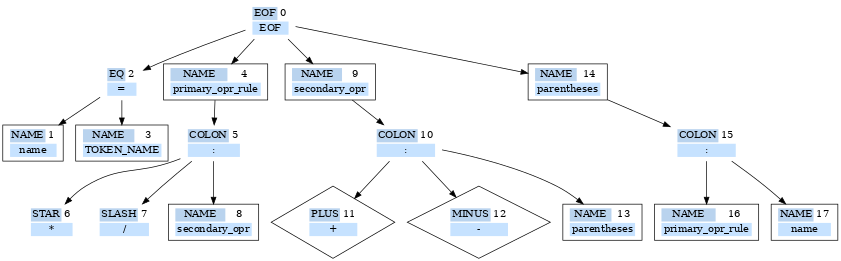
Before: graph.png, a diagram exported from Graphviz (1mchlkrpch/Rebecca). Its source is kept beside it as graph.dot. The source it was exported from:
```dot
digraph G{
	graph [ dpi = 50 ];
	n0 [shape=none label=<
		<table border="0">
			<tr><td colspan="1" bgcolor="slategray2">EOF</td><td>0</td></tr>
			<tr><td colspan="2" bgcolor="slategray1">EOF</td></tr>
		</table>
	>]

	n2 [shape=none label=<
		<table border="0">
			<tr><td colspan="1" bgcolor="slategray2">EQ</td><td>2</td></tr>
			<tr><td colspan="2" bgcolor="slategray1">=</td></tr>
		</table>
	>]

	n1 [shape=rectangle label=<
		<table border="0">
			<tr><td colspan="1" bgcolor="slategray2">NAME</td><td>1</td></tr>
			<tr><td colspan="2" bgcolor="slategray1">name</td></tr>
		</table>
	>]

	n3 [shape=rectangle label=<
		<table border="0">
			<tr><td colspan="1" bgcolor="slategray2">NAME</td><td>3</td></tr>
			<tr><td colspan="2" bgcolor="slategray1">TOKEN_NAME</td></tr>
		</table>
	>]

	n4 [shape=rectangle label=<
		<table border="0">
			<tr><td colspan="1" bgcolor="slategray2">NAME</td><td>4</td></tr>
			<tr><td colspan="2" bgcolor="slategray1">primary_opr_rule</td></tr>
		</table>
	>]

	n5 [shape=none label=<
		<table border="0">
			<tr><td colspan="1" bgcolor="slategray2">COLON</td><td>5</td></tr>
			<tr><td colspan="2" bgcolor="slategray1">:</td></tr>
		</table>
	>]

	n6 [shape=none label=<
		<table border="0">
			<tr><td colspan="1" bgcolor="slategray2">STAR</td><td>6</td></tr>
			<tr><td colspan="2" bgcolor="slategray1">*</td></tr>
		</table>
	>]

	n7 [shape=none label=<
		<table border="0">
			<tr><td colspan="1" bgcolor="slategray2">SLASH</td><td>7</td></tr>
			<tr><td colspan="2" bgcolor="slategray1">/</td></tr>
		</table>
	>]

	n8 [shape=rectangle label=<
		<table border="0">
			<tr><td colspan="1" bgcolor="slategray2">NAME</td><td>8</td></tr>
			<tr><td colspan="2" bgcolor="slategray1">secondary_opr</td></tr>
		</table>
	>]

	n9 [shape=rectangle label=<
		<table border="0">
			<tr><td colspan="1" bgcolor="slategray2">NAME</td><td>9</td></tr>
			<tr><td colspan="2" bgcolor="slategray1">secondary_opr</td></tr>
		</table>
	>]

	n10 [shape=none label=<
		<table border="0">
			<tr><td colspan="1" bgcolor="slategray2">COLON</td><td>10</td></tr>
			<tr><td colspan="2" bgcolor="slategray1">:</td></tr>
		</table>
	>]

	n11 [shape=diamond label=<
		<table border="0">
			<tr><td colspan="1" bgcolor="slategray2">PLUS</td><td>11</td></tr>
			<tr><td colspan="2" bgcolor="slategray1">+</td></tr>
		</table>
	>]

	n12 [shape=diamond label=<
		<table border="0">
			<tr><td colspan="1" bgcolor="slategray2">MINUS</td><td>12</td></tr>
			<tr><td colspan="2" bgcolor="slategray1">-</td></tr>
		</table>
	>]

	n13 [shape=rectangle label=<
		<table border="0">
			<tr><td colspan="1" bgcolor="slategray2">NAME</td><td>13</td></tr>
			<tr><td colspan="2" bgcolor="slategray1">parentheses</td></tr>
		</table>
	>]

	n14 [shape=rectangle label=<
		<table border="0">
			<tr><td colspan="1" bgcolor="slategray2">NAME</td><td>14</td></tr>
			<tr><td colspan="2" bgcolor="slategray1">parentheses</td></tr>
		</table>
	>]

	n15 [shape=none label=<
		<table border="0">
			<tr><td colspan="1" bgcolor="slategray2">COLON</td><td>15</td></tr>
			<tr><td colspan="2" bgcolor="slategray1">:</td></tr>
		</table>
	>]

	n16 [shape=rectangle label=<
		<table border="0">
			<tr><td colspan="1" bgcolor="slategray2">NAME</td><td>16</td></tr>
			<tr><td colspan="2" bgcolor="slategray1">primary_opr_rule</td></tr>
		</table>
	>]

	n17 [shape=rectangle label=<
		<table border="0">
			<tr><td colspan="1" bgcolor="slategray2">NAME</td><td>17</td></tr>
			<tr><td colspan="2" bgcolor="slategray1">name</td></tr>
		</table>
	>]

	n0 -> n2
	n0 -> n4
	n0 -> n9
	n0 -> n14
	n2 -> n1
	n2 -> n3
	n4 -> n5
	n5 -> n6
	n5 -> n7
	n5 -> n8
	n9 -> n10
	n10 -> n11
	n10 -> n12
	n10 -> n13
	n14 -> n15
	n15 -> n16
	n15 -> n17
}
```
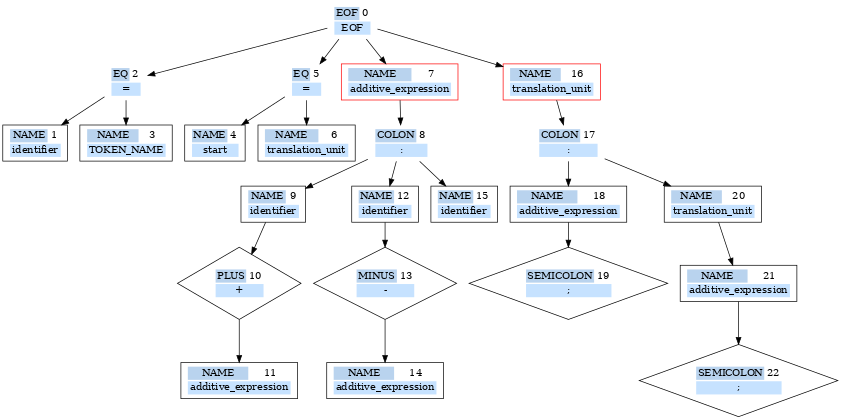
After the commit.

Change to the diagram source:
```diff
@@ -1,146 +1,186 @@
 digraph G{
 	graph [ dpi = 50 ];
-	n0 [shape=none label=<
+	n0 [shape=none color=black label=<
 		<table border="0">
 			<tr><td colspan="1" bgcolor="slategray2">EOF</td><td>0</td></tr>
 			<tr><td colspan="2" bgcolor="slategray1">EOF</td></tr>
 		</table>
 	>]
 
-	n2 [shape=none label=<
+	n2 [shape=none color=black label=<
 		<table border="0">
 			<tr><td colspan="1" bgcolor="slategray2">EQ</td><td>2</td></tr>
 			<tr><td colspan="2" bgcolor="slategray1">=</td></tr>
 		</table>
 	>]
 
-	n1 [shape=rectangle label=<
+	n1 [shape=rectangle color=black label=<
 		<table border="0">
 			<tr><td colspan="1" bgcolor="slategray2">NAME</td><td>1</td></tr>
-			<tr><td colspan="2" bgcolor="slategray1">name</td></tr>
+			<tr><td colspan="2" bgcolor="slategray1">identifier</td></tr>
 		</table>
 	>]
 
-	n3 [shape=rectangle label=<
+	n3 [shape=rectangle color=black label=<
 		<table border="0">
 			<tr><td colspan="1" bgcolor="slategray2">NAME</td><td>3</td></tr>
 			<tr><td colspan="2" bgcolor="slategray1">TOKEN_NAME</td></tr>
 		</table>
 	>]
 
-	n4 [shape=rectangle label=<
+	n5 [shape=none color=black label=<
 		<table border="0">
-			<tr><td colspan="1" bgcolor="slategray2">NAME</td><td>4</td></tr>
-			<tr><td colspan="2" bgcolor="slategray1">primary_opr_rule</td></tr>
+			<tr><td colspan="1" bgcolor="slategray2">EQ</td><td>5</td></tr>
+			<tr><td colspan="2" bgcolor="slategray1">=</td></tr>
 		</table>
 	>]
 
-	n5 [shape=none label=<
+	n4 [shape=rectangle color=black label=<
 		<table border="0">
-			<tr><td colspan="1" bgcolor="slategray2">COLON</td><td>5</td></tr>
+			<tr><td colspan="1" bgcolor="slategray2">NAME</td><td>4</td></tr>
+			<tr><td colspan="2" bgcolor="slategray1">start</td></tr>
+		</table>
+	>]
+
+	n6 [shape=rectangle color=black label=<
+		<table border="0">
+			<tr><td colspan="1" bgcolor="slategray2">NAME</td><td>6</td></tr>
+			<tr><td colspan="2" bgcolor="slategray1">translation_unit</td></tr>
+		</table>
+	>]
+
+	n7 [shape=rectangle color=red label=<
+		<table border="0">
+			<tr><td colspan="1" bgcolor="slategray2">NAME</td><td>7</td></tr>
+			<tr><td colspan="2" bgcolor="slategray1">additive_expression</td></tr>
+		</table>
+	>]
+
+	n8 [shape=none color=black label=<
+		<table border="0">
+			<tr><td colspan="1" bgcolor="slategray2">COLON</td><td>8</td></tr>
 			<tr><td colspan="2" bgcolor="slategray1">:</td></tr>
 		</table>
 	>]
 
-	n6 [shape=none label=<
+	n9 [shape=rectangle color=black label=<
 		<table border="0">
-			<tr><td colspan="1" bgcolor="slategray2">STAR</td><td>6</td></tr>
-			<tr><td colspan="2" bgcolor="slategray1">*</td></tr>
+			<tr><td colspan="1" bgcolor="slategray2">NAME</td><td>9</td></tr>
+			<tr><td colspan="2" bgcolor="slategray1">identifier</td></tr>
 		</table>
 	>]
 
-	n7 [shape=none label=<
+	n10 [shape=diamond color=black label=<
 		<table border="0">
-			<tr><td colspan="1" bgcolor="slategray2">SLASH</td><td>7</td></tr>
-			<tr><td colspan="2" bgcolor="slategray1">/</td></tr>
+			<tr><td colspan="1" bgcolor="slategray2">PLUS</td><td>10</td></tr>
+			<tr><td colspan="2" bgcolor="slategray1">+</td></tr>
 		</table>
 	>]
 
-	n8 [shape=rectangle label=<
+	n11 [shape=rectangle color=black label=<
 		<table border="0">
-			<tr><td colspan="1" bgcolor="slategray2">NAME</td><td>8</td></tr>
-			<tr><td colspan="2" bgcolor="slategray1">secondary_opr</td></tr>
+			<tr><td colspan="1" bgcolor="slategray2">NAME</td><td>11</td></tr>
+			<tr><td colspan="2" bgcolor="slategray1">additive_expression</td></tr>
 		</table>
 	>]
 
-	n9 [shape=rectangle label=<
+	n12 [shape=rectangle color=black label=<
 		<table border="0">
-			<tr><td colspan="1" bgcolor="slategray2">NAME</td><td>9</td></tr>
-			<tr><td colspan="2" bgcolor="slategray1">secondary_opr</td></tr>
+			<tr><td colspan="1" bgcolor="slategray2">NAME</td><td>12</td></tr>
+			<tr><td colspan="2" bgcolor="slategray1">identifier</td></tr>
 		</table>
 	>]
 
-	n10 [shape=none label=<
+	n13 [shape=diamond color=black label=<
 		<table border="0">
-			<tr><td colspan="1" bgcolor="slategray2">COLON</td><td>10</td></tr>
+			<tr><td colspan="1" bgcolor="slategray2">MINUS</td><td>13</td></tr>
+			<tr><td colspan="2" bgcolor="slategray1">-</td></tr>
+		</table>
+	>]
+
+	n14 [shape=rectangle color=black label=<
+		<table border="0">
+			<tr><td colspan="1" bgcolor="slategray2">NAME</td><td>14</td></tr>
+			<tr><td colspan="2" bgcolor="slategray1">additive_expression</td></tr>
+		</table>
+	>]
+
+	n15 [shape=rectangle color=black label=<
+		<table border="0">
+			<tr><td colspan="1" bgcolor="slategray2">NAME</td><td>15</td></tr>
+			<tr><td colspan="2" bgcolor="slategray1">identifier</td></tr>
+		</table>
+	>]
+
+	n16 [shape=rectangle color=red label=<
+		<table border="0">
+			<tr><td colspan="1" bgcolor="slategray2">NAME</td><td>16</td></tr>
+			<tr><td colspan="2" bgcolor="slategray1">translation_unit</td></tr>
+		</table>
+	>]
+
+	n17 [shape=none color=black label=<
+		<table border="0">
+			<tr><td colspan="1" bgcolor="slategray2">COLON</td><td>17</td></tr>
 			<tr><td colspan="2" bgcolor="slategray1">:</td></tr>
 		</table>
 	>]
 
-	n11 [shape=diamond label=<
+	n18 [shape=rectangle color=black label=<
 		<table border="0">
-			<tr><td colspan="1" bgcolor="slategray2">PLUS</td><td>11</td></tr>
-			<tr><td colspan="2" bgcolor="slategray1">+</td></tr>
+			<tr><td colspan="1" bgcolor="slategray2">NAME</td><td>18</td></tr>
+			<tr><td colspan="2" bgcolor="slategray1">additive_expression</td></tr>
 		</table>
 	>]
 
-	n12 [shape=diamond label=<
+	n19 [shape=diamond color=black label=<
 		<table border="0">
-			<tr><td colspan="1" bgcolor="slategray2">MINUS</td><td>12</td></tr>
-			<tr><td colspan="2" bgcolor="slategray1">-</td></tr>
+			<tr><td colspan="1" bgcolor="slategray2">SEMICOLON</td><td>19</td></tr>
+			<tr><td colspan="2" bgcolor="slategray1">;</td></tr>
 		</table>
 	>]
 
-	n13 [shape=rectangle label=<
+	n20 [shape=rectangle color=black label=<
 		<table border="0">
-			<tr><td colspan="1" bgcolor="slategray2">NAME</td><td>13</td></tr>
-			<tr><td colspan="2" bgcolor="slategray1">parentheses</td></tr>
+			<tr><td colspan="1" bgcolor="slategray2">NAME</td><td>20</td></tr>
+			<tr><td colspan="2" bgcolor="slategray1">translation_unit</td></tr>
 		</table>
 	>]
 
-	n14 [shape=rectangle label=<
+	n21 [shape=rectangle color=black label=<
 		<table border="0">
-			<tr><td colspan="1" bgcolor="slategray2">NAME</td><td>14</td></tr>
-			<tr><td colspan="2" bgcolor="slategray1">parentheses</td></tr>
+			<tr><td colspan="1" bgcolor="slategray2">NAME</td><td>21</td></tr>
+			<tr><td colspan="2" bgcolor="slategray1">additive_expression</td></tr>
 		</table>
 	>]
 
-	n15 [shape=none label=<
+	n22 [shape=diamond color=black label=<
 		<table border="0">
-			<tr><td colspan="1" bgcolor="slategray2">COLON</td><td>15</td></tr>
-			<tr><td colspan="2" bgcolor="slategray1">:</td></tr>
-		</table>
-	>]
-
-	n16 [shape=rectangle label=<
-		<table border="0">
-			<tr><td colspan="1" bgcolor="slategray2">NAME</td><td>16</td></tr>
-			<tr><td colspan="2" bgcolor="slategray1">primary_opr_rule</td></tr>
-		</table>
-	>]
-
-	n17 [shape=rectangle label=<
-		<table border="0">
-			<tr><td colspan="1" bgcolor="slategray2">NAME</td><td>17</td></tr>
-			<tr><td colspan="2" bgcolor="slategray1">name</td></tr>
+			<tr><td colspan="1" bgcolor="slategray2">SEMICOLON</td><td>22</td></tr>
+			<tr><td colspan="2" bgcolor="slategray1">;</td></tr>
 		</table>
 	>]
 
 	n0 -> n2
-	n0 -> n4
-	n0 -> n9
-	n0 -> n14
+	n0 -> n5
+	n0 -> n7
+	n0 -> n16
 	n2 -> n1
 	n2 -> n3
-	n4 -> n5
+	n5 -> n4
 	n5 -> n6
-	n5 -> n7
-	n5 -> n8
+	n7 -> n8
+	n8 -> n9
+	n8 -> n12
+	n8 -> n15
 	n9 -> n10
 	n10 -> n11
-	n10 -> n12
-	n10 -> n13
-	n14 -> n15
-	n15 -> n16
-	n15 -> n17
+	n12 -> n13
+	n13 -> n14
+	n16 -> n17
+	n17 -> n18
+	n17 -> n20
+	n18 -> n19
+	n20 -> n21
+	n21 -> n22
 }
```
